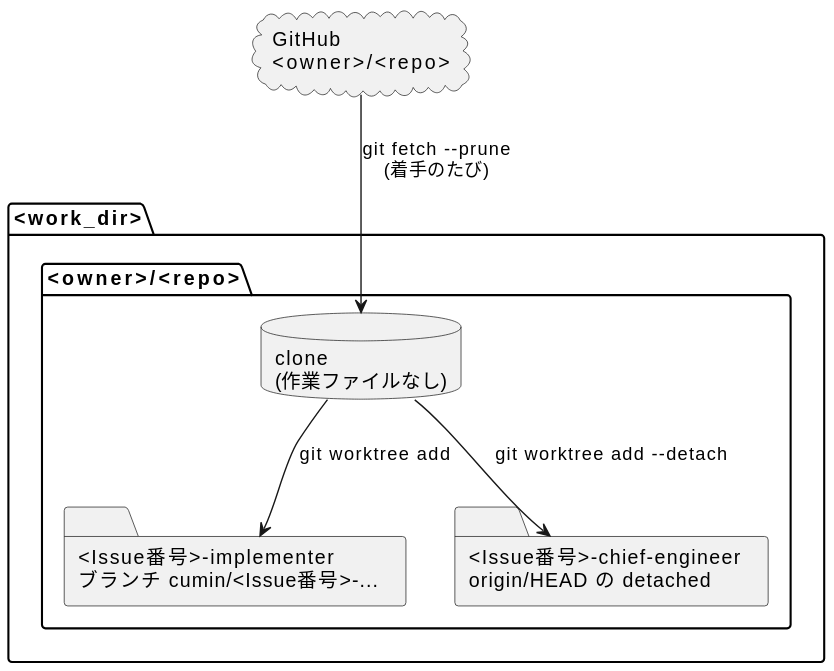
The PlantUML diagram docs/ja/designs/agent-run-layout.svg in cloveclovedev/cumin-works, before a commit.
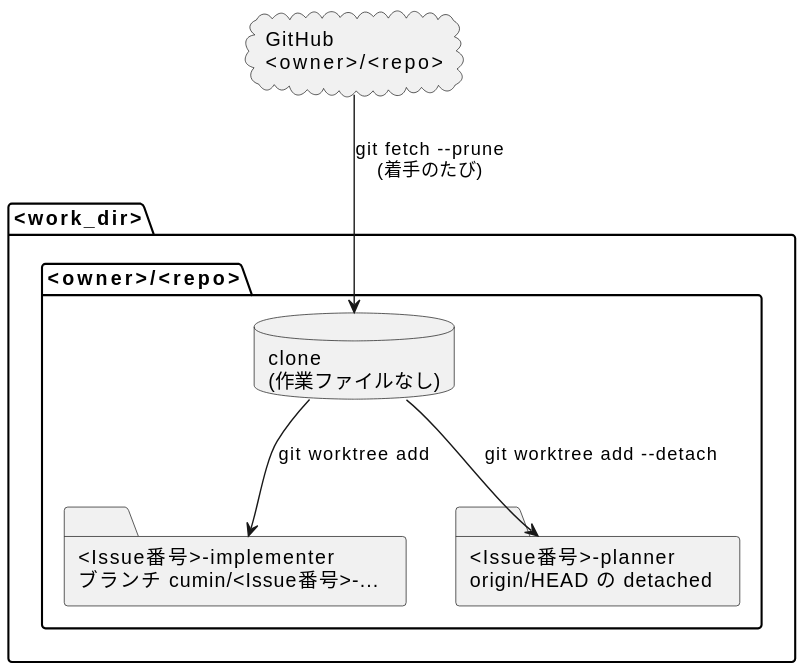
Later version of the same file.

The edit, as a diff of the source:
```diff
@@ -8,11 +8,11 @@
   folder "<owner>/<repo>" as repo {
     database "clone\n(作業ファイルなし)" as clone
     folder "<Issue番号>-implementer\nブランチ cumin/<Issue番号>-..." as implementer
-    folder "<Issue番号>-chief-engineer\norigin/HEAD の detached" as chief
+    folder "<Issue番号>-planner\norigin/HEAD の detached" as planner
   }
 }
 
 github --> clone : git fetch --prune\n(着手のたび)
 clone --> implementer : git worktree add
-clone --> chief : git worktree add --detach
+clone --> planner : git worktree add --detach
 @enduml
```
